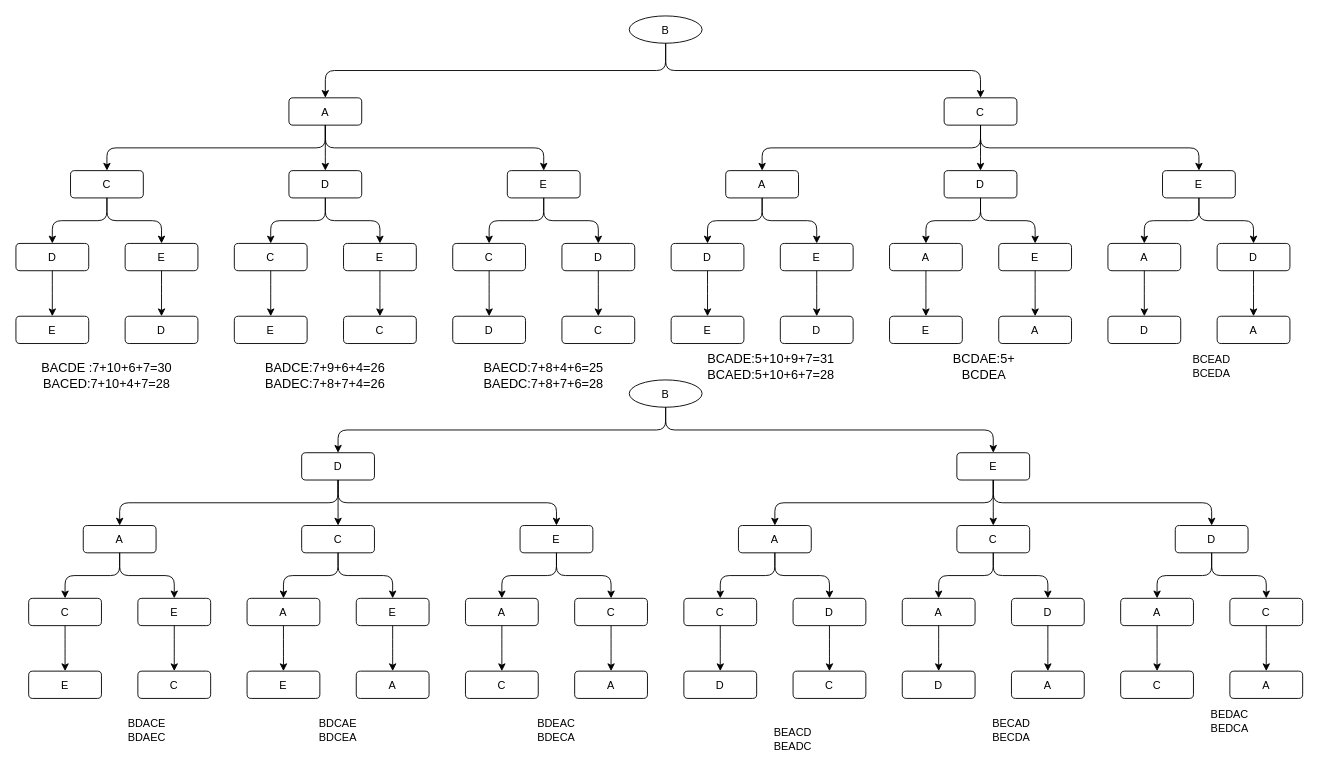
Above: dump-diagrams/tree-generate-and-test.drawio in xoghub/diagrams (draw.io), before the change. Source tidied: cells renumbered, new cells numbered last; positions are measured from the earlier drawing's top-left corner, leaving out a move shared by most shapes. Both pictures are drawn from the tidied source at 91%, with x=0, y=0 at pixel (15, 15).
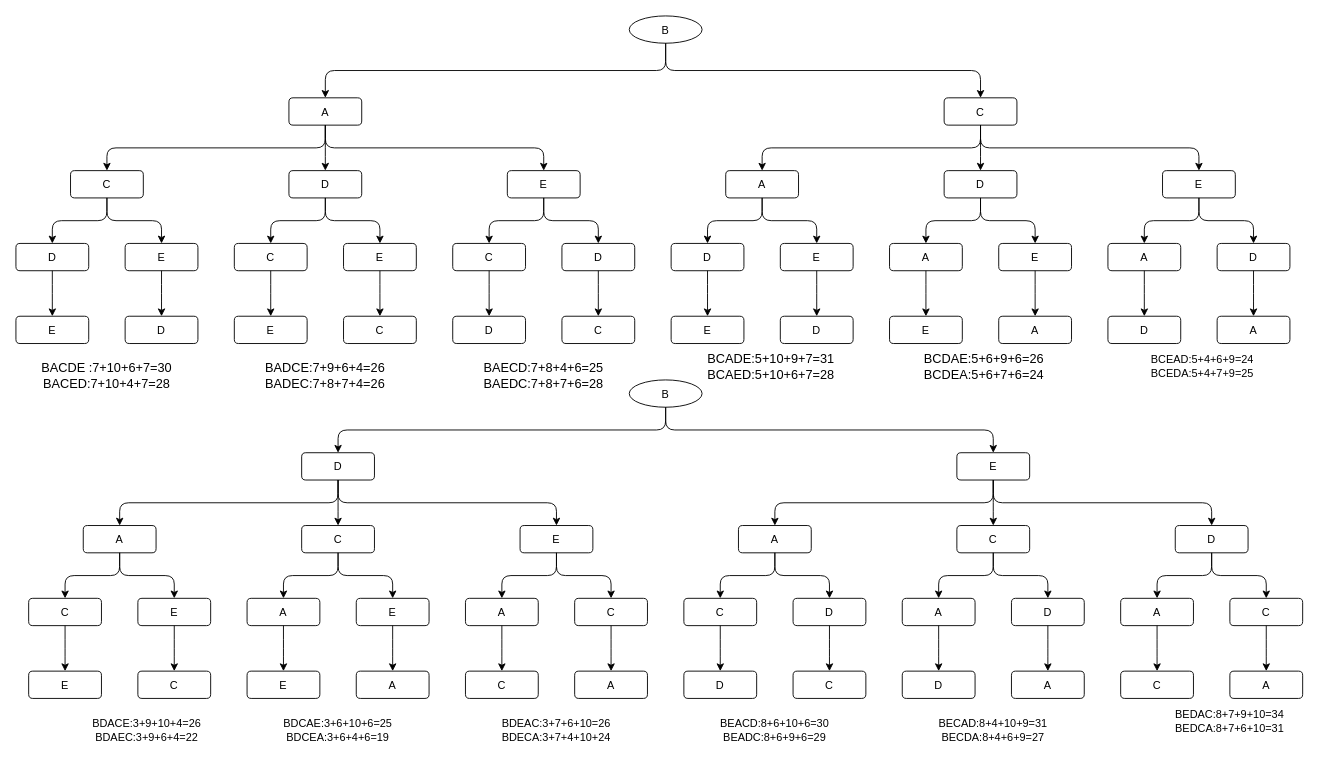
The same diagram, later.

What changed in the source:
```diff
@@
-    <mxCell id="136" value="&lt;font style=&quot;font-size: 14px;&quot;&gt;BCDAE:5+&lt;br&gt;BCDEA&lt;br&gt;&lt;/font&gt;" style="text;strokeColor=none;align=center;fillColor=none;html=1;verticalAlign=middle;whiteSpace=wrap;rounded=0;" parent="1" vertex="1">
+    <mxCell id="136" value="&lt;font style=&quot;font-size: 14px;&quot;&gt;BCDAE:5+6+9+6=26&lt;br&gt;BCDEA:5+6+7+6=24&lt;br&gt;&lt;/font&gt;" style="text;strokeColor=none;align=center;fillColor=none;html=1;verticalAlign=middle;whiteSpace=wrap;rounded=0;" parent="1" vertex="1">
       <mxGeometry x="1034" y="370" width="60" height="30" as="geometry" />
     </mxCell>
-    <mxCell id="137" value="BCEAD&lt;br&gt;BCEDA" style="text;strokeColor=none;align=center;fillColor=none;html=1;verticalAlign=middle;whiteSpace=wrap;rounded=0;" parent="1" vertex="1">
-      <mxGeometry x="1284" y="370" width="60" height="30" as="geometry" />
+    <mxCell id="137" value="BCEAD:5+4+6+9=24&lt;br&gt;BCEDA:5+4+7+9=25" style="text;strokeColor=none;align=center;fillColor=none;html=1;verticalAlign=middle;whiteSpace=wrap;rounded=0;" parent="1" vertex="1">
+      <mxGeometry x="1274" y="370" width="60" height="30" as="geometry" />
     </mxCell>
-    <mxCell id="138" value="BDACE&lt;br&gt;BDAEC" style="text;strokeColor=none;align=center;fillColor=none;html=1;verticalAlign=middle;whiteSpace=wrap;rounded=0;" parent="1" vertex="1">
+    <mxCell id="138" value="BDACE:3+9+10+4=26&lt;br&gt;BDAEC:3+9+6+4=22" style="text;strokeColor=none;align=center;fillColor=none;html=1;verticalAlign=middle;whiteSpace=wrap;rounded=0;" parent="1" vertex="1">
       <mxGeometry x="114" y="770" width="60" height="30" as="geometry" />
     </mxCell>
-    <mxCell id="139" value="BDCAE&lt;br&gt;BDCEA" style="text;strokeColor=none;align=center;fillColor=none;html=1;verticalAlign=middle;whiteSpace=wrap;rounded=0;" parent="1" vertex="1">
+    <mxCell id="139" value="BDCAE:3+6+10+6=25&lt;br&gt;BDCEA:3+6+4+6=19" style="text;strokeColor=none;align=center;fillColor=none;html=1;verticalAlign=middle;whiteSpace=wrap;rounded=0;" parent="1" vertex="1">
       <mxGeometry x="324" y="770" width="60" height="30" as="geometry" />
     </mxCell>
-    <mxCell id="140" value="BDEAC&lt;br&gt;BDECA" style="text;strokeColor=none;align=center;fillColor=none;html=1;verticalAlign=middle;whiteSpace=wrap;rounded=0;" parent="1" vertex="1">
+    <mxCell id="140" value="BDEAC:3+7+6+10=26&lt;br&gt;BDECA:3+7+4+10+24" style="text;strokeColor=none;align=center;fillColor=none;html=1;verticalAlign=middle;whiteSpace=wrap;rounded=0;" parent="1" vertex="1">
       <mxGeometry x="564" y="770" width="60" height="30" as="geometry" />
     </mxCell>
-    <mxCell id="141" value="BEACD&lt;br&gt;BEADC" style="text;strokeColor=none;align=center;fillColor=none;html=1;verticalAlign=middle;whiteSpace=wrap;rounded=0;" parent="1" vertex="1">
-      <mxGeometry x="824" y="780" width="60" height="30" as="geometry" />
+    <mxCell id="141" value="BEACD:8+6+10+6=30&lt;br&gt;BEADC:8+6+9+6=29" style="text;strokeColor=none;align=center;fillColor=none;html=1;verticalAlign=middle;whiteSpace=wrap;rounded=0;" parent="1" vertex="1">
+      <mxGeometry x="804" y="770" width="60" height="30" as="geometry" />
     </mxCell>
-    <mxCell id="142" value="BECAD&lt;br&gt;BECDA" style="text;strokeColor=none;align=center;fillColor=none;html=1;verticalAlign=middle;whiteSpace=wrap;rounded=0;" parent="1" vertex="1">
-      <mxGeometry x="1064" y="770" width="60" height="30" as="geometry" />
+    <mxCell id="142" value="BECAD:8+4+10+9=31&lt;br&gt;BECDA:8+4+6+9=27" style="text;strokeColor=none;align=center;fillColor=none;html=1;verticalAlign=middle;whiteSpace=wrap;rounded=0;" parent="1" vertex="1">
+      <mxGeometry x="1044" y="770" width="60" height="30" as="geometry" />
     </mxCell>
-    <mxCell id="143" value="BEDAC&lt;br&gt;BEDCA" style="text;strokeColor=none;align=center;fillColor=none;html=1;verticalAlign=middle;whiteSpace=wrap;rounded=0;" parent="1" vertex="1">
+    <mxCell id="143" value="BEDAC:8+7+9+10=34&lt;br&gt;BEDCA:8+7+6+10=31" style="text;strokeColor=none;align=center;fillColor=none;html=1;verticalAlign=middle;whiteSpace=wrap;rounded=0;" parent="1" vertex="1">
       <mxGeometry x="1304" y="760" width="60" height="30" as="geometry" />
     </mxCell>
```
